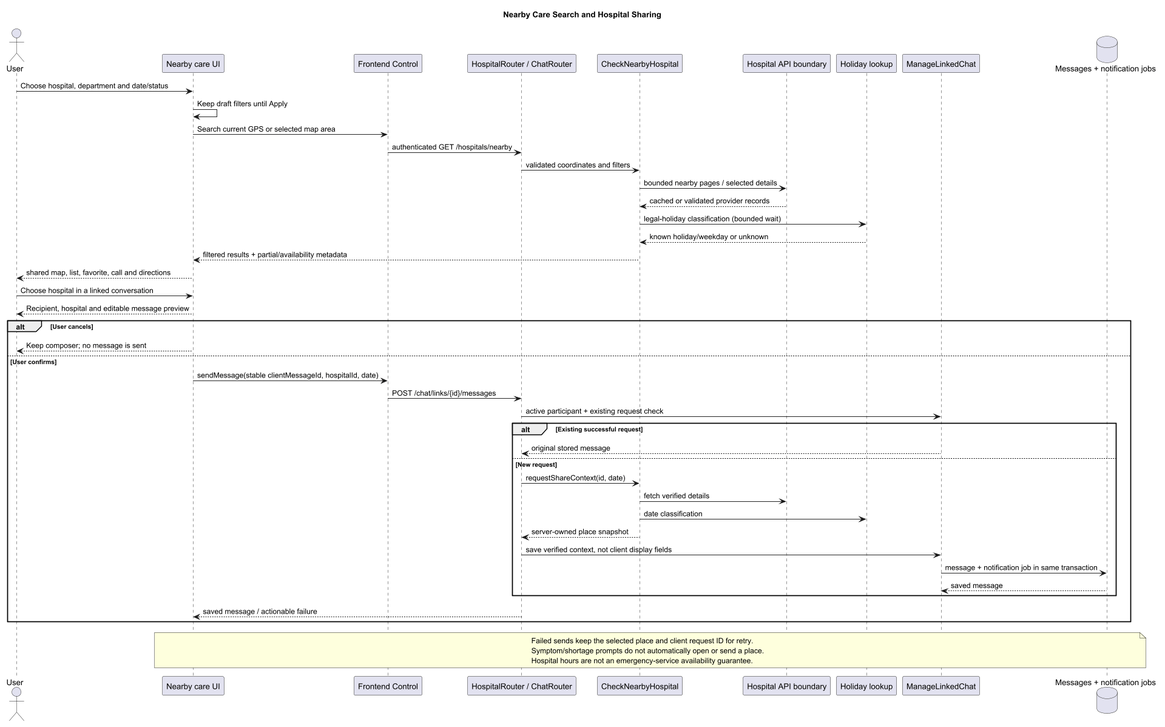
1window2/MedBuddy keeps this PlantUML diagram as docs/UML/sequence/NearbyCareSharing.png. Above is the earlier version. Source of this version:
```plantuml
@startuml
scale max 1920 width
skinparam backgroundColor white
skinparam shadowing false
title Nearby Care Search and Hospital Sharing
actor User
participant "Nearby care UI" as UI
participant "Frontend Control" as FC
participant "HospitalRouter / ChatRouter" as API
participant "CheckNearbyHospital" as HC
participant "Hospital API boundary" as HB
participant "Holiday lookup" as Holiday
participant "ManageLinkedChat" as Chat
database "Messages + notification jobs" as DB

User -> UI : Choose hospital, department and date/status
UI -> UI : Keep draft filters until Apply
UI -> FC : Search current GPS or selected map area
FC -> API : authenticated GET /hospitals/nearby
API -> HC : validated coordinates and filters
HC -> HB : bounded nearby pages / selected details
HB --> HC : cached or validated provider records
HC -> Holiday : legal-holiday classification (bounded wait)
Holiday --> HC : known holiday/weekday or unknown
HC --> UI : filtered results + partial/availability metadata
UI --> User : shared map, list, favorite, call and directions

User -> UI : Choose hospital in a linked conversation
UI --> User : Recipient, hospital and editable message preview
alt User cancels
  UI --> User : Keep composer; no message is sent
else User confirms
  UI -> FC : sendMessage(stable clientMessageId, hospitalId, date)
  FC -> API : POST /chat/links/{id}/messages
  API -> Chat : active participant + existing request check
  alt Existing successful request
    Chat --> API : original stored message
  else New request
    API -> HC : requestShareContext(id, date)
    HC -> HB : fetch verified details
    HC -> Holiday : date classification
    HC --> API : server-owned place snapshot
    API -> Chat : save verified context, not client display fields
    Chat -> DB : message + notification job in same transaction
    DB --> Chat : saved message
  end
  API --> UI : saved message / actionable failure
end
note over UI,DB
  Failed sends keep the selected place and client request ID for retry.
  Symptom/shortage prompts do not automatically open or send a place.
  Hospital hours are not an emergency-service availability guarantee.
end note
@enduml
```
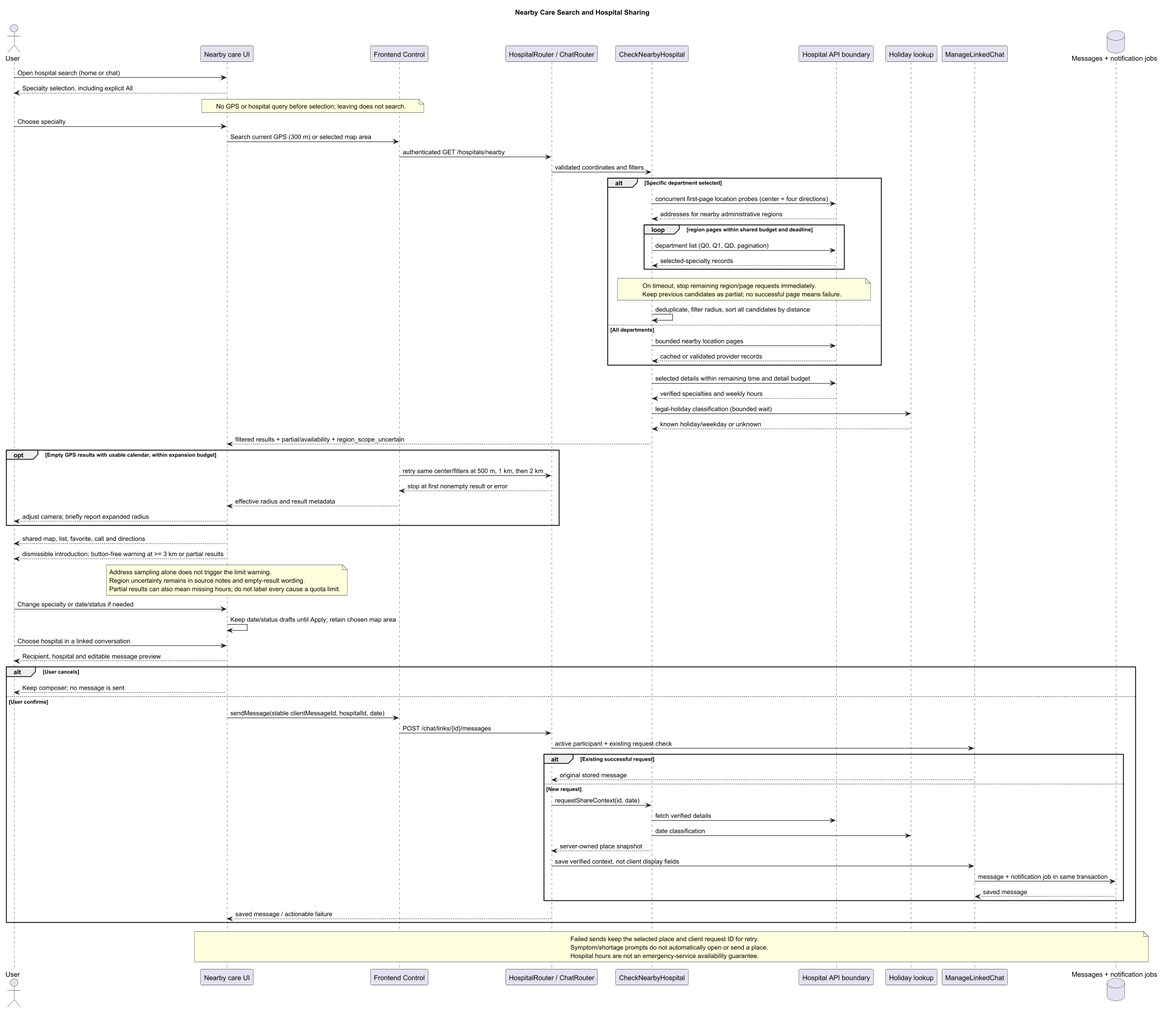
The same diagram one commit later.

Commit message:
docs: align nearby hospital designs with specialty-first search

What changed in the source:
```diff
@@ -13,17 +13,51 @@
 participant "ManageLinkedChat" as Chat
 database "Messages + notification jobs" as DB
 
-User -> UI : Choose hospital, department and date/status
-UI -> UI : Keep draft filters until Apply
-UI -> FC : Search current GPS or selected map area
+User -> UI : Open hospital search (home or chat)
+UI --> User : Specialty selection, including explicit All
+note over UI,FC
+  No GPS or hospital query before selection; leaving does not search.
+end note
+User -> UI : Choose specialty
+UI -> FC : Search current GPS (300 m) or selected map area
 FC -> API : authenticated GET /hospitals/nearby
 API -> HC : validated coordinates and filters
-HC -> HB : bounded nearby pages / selected details
-HB --> HC : cached or validated provider records
+alt Specific department selected
+  HC -> HB : concurrent first-page location probes (center + four directions)
+  HB --> HC : addresses for nearby administrative regions
+  loop region pages within shared budget and deadline
+    HC -> HB : department list (Q0, Q1, QD, pagination)
+    HB --> HC : selected-specialty records
+  end
+  note over HC,HB
+    On timeout, stop remaining region/page requests immediately.
+    Keep previous candidates as partial; no successful page means failure.
+  end note
+  HC -> HC : deduplicate, filter radius, sort all candidates by distance
+else All departments
+  HC -> HB : bounded nearby location pages
+  HB --> HC : cached or validated provider records
+end
+HC -> HB : selected details within remaining time and detail budget
+HB --> HC : verified specialties and weekly hours
 HC -> Holiday : legal-holiday classification (bounded wait)
 Holiday --> HC : known holiday/weekday or unknown
-HC --> UI : filtered results + partial/availability metadata
+HC --> UI : filtered results + partial/availability + region_scope_uncertain
+opt Empty GPS results with usable calendar, within expansion budget
+  FC -> API : retry same center/filters at 500 m, 1 km, then 2 km
+  API --> FC : stop at first nonempty result or error
+  FC --> UI : effective radius and result metadata
+  UI --> User : adjust camera; briefly report expanded radius
+end
 UI --> User : shared map, list, favorite, call and directions
+UI --> User : dismissible introduction; button-free warning at >= 3 km or partial results
+note over UI
+  Address sampling alone does not trigger the limit warning.
+  Region uncertainty remains in source notes and empty-result wording.
+  Partial results can also mean missing hours; do not label every cause a quota limit.
+end note
+User -> UI : Change specialty or date/status if needed
+UI -> UI : Keep date/status drafts until Apply; retain chosen map area
 
 User -> UI : Choose hospital in a linked conversation
 UI --> User : Recipient, hospital and editable message preview
```
